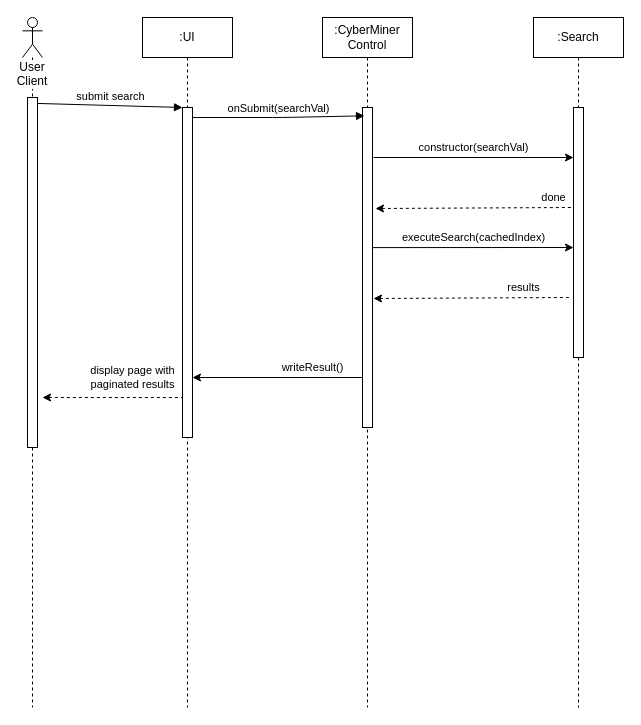
The draw.io diagram To-Do List Builder/cyberminer_sequence_search_results.drawio in kntnguyen94/To-Do-List-Builder, before the edit. Source tidied: cells renumbered, new cells numbered last; positions are measured from the earlier drawing's top-left corner, leaving out a move shared by most shapes. Both pictures are drawn from the tidied source at 100%, with x=0, y=0 at pixel (22, 17).
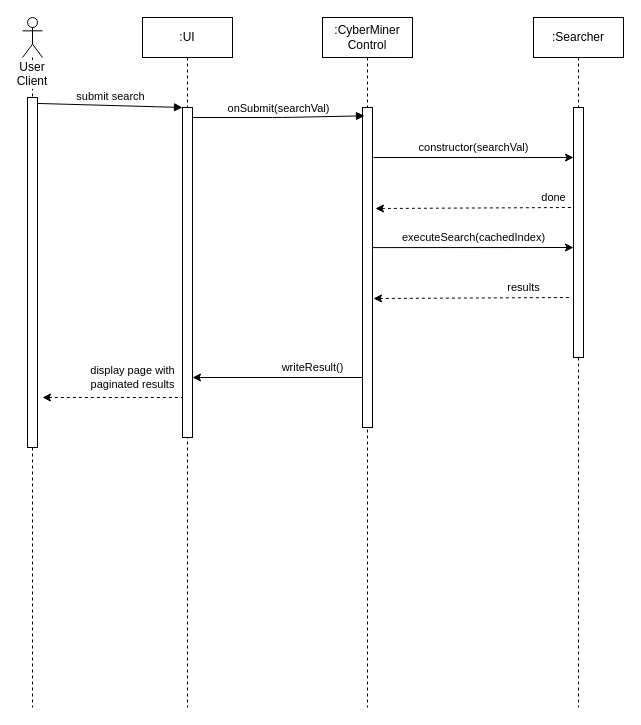
The same diagram, later.

Change to the diagram source:
```diff
@@
-    <mxCell id="11" value=":Search" style="shape=umlLifeline;perimeter=lifelinePerimeter;whiteSpace=wrap;html=1;" parent="1" vertex="1">
+    <mxCell id="11" value=":Searcher" style="shape=umlLifeline;perimeter=lifelinePerimeter;whiteSpace=wrap;html=1;" parent="1" vertex="1">
       <mxGeometry x="511" width="90" height="690" as="geometry" />
     </mxCell>
```
